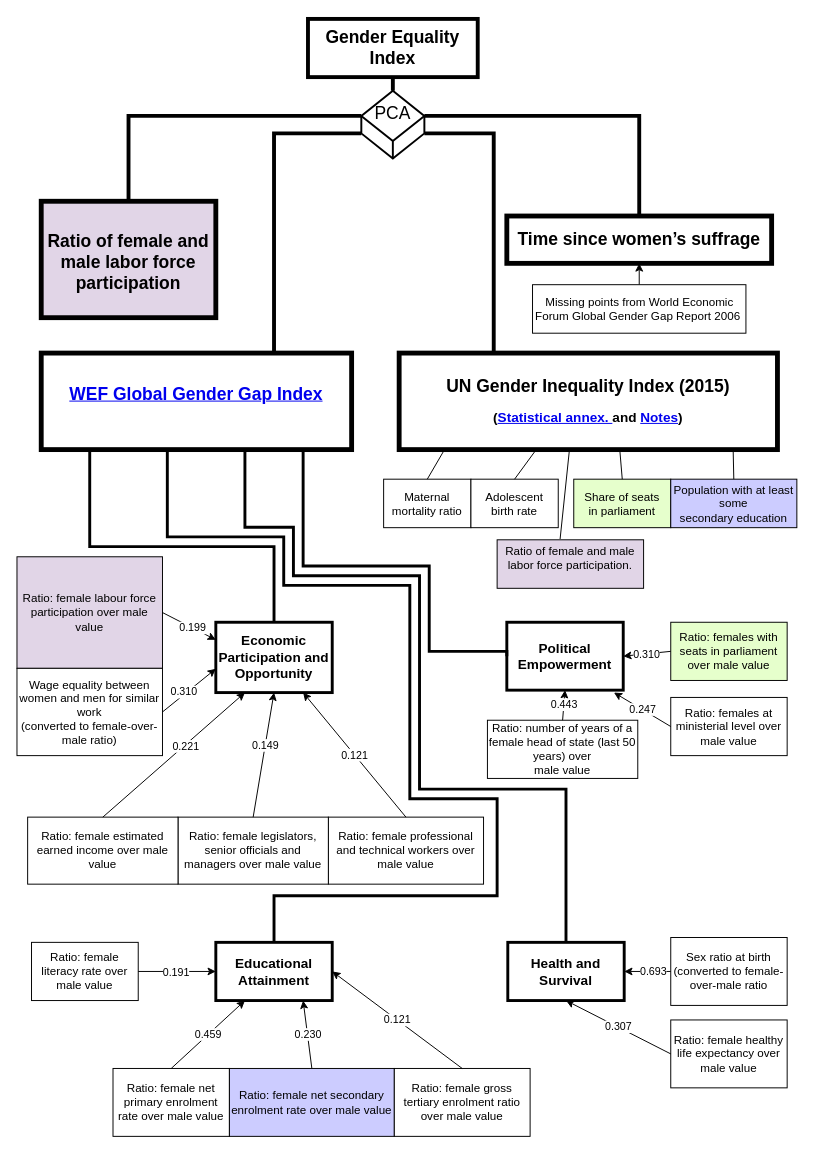
scerioli/Global-Preferences-Survey keeps this draw.io diagram as Article/figures/GenderEqualityIndex.drawio.xml. Above is the earlier version. Source tidied: cells renumbered, new cells numbered last; positions are measured from the earlier drawing's top-left corner, leaving out a move shared by most shapes. Both pictures are drawn from the tidied source at 97%, with x=0, y=0 at pixel (16, 18).
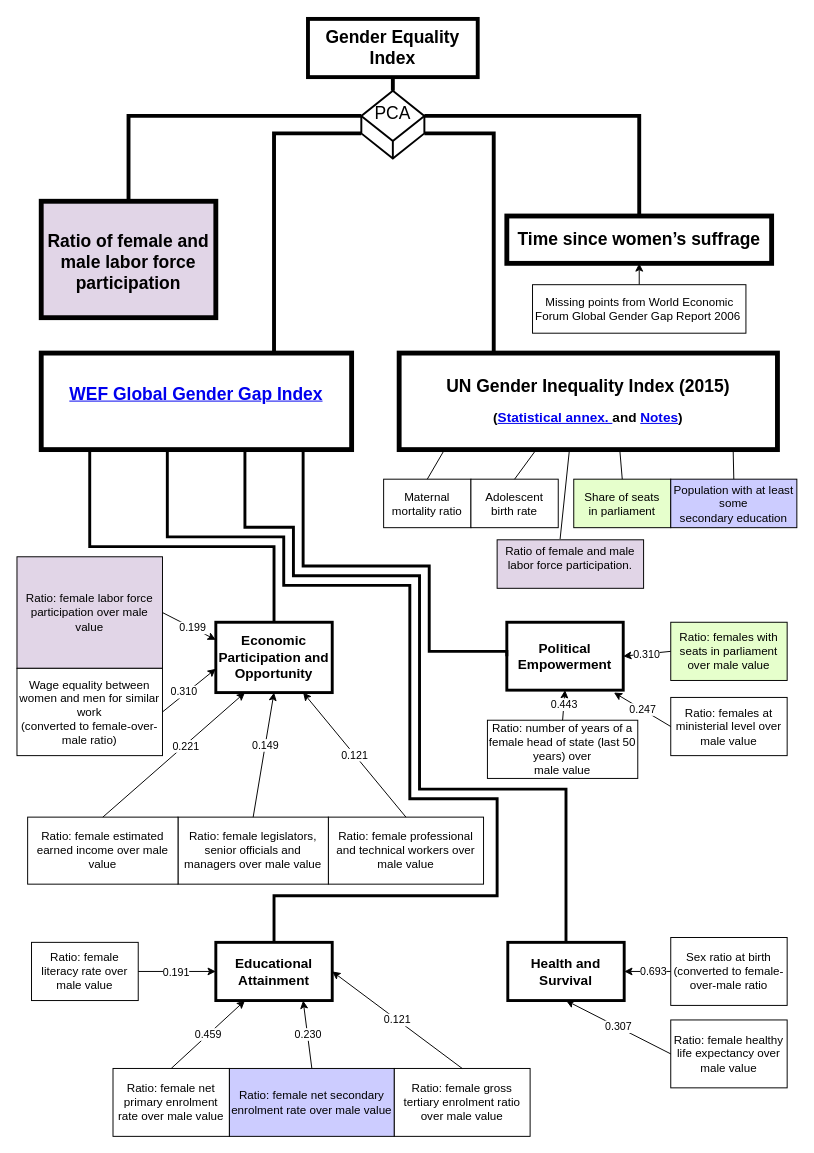
Above is the later version.

What changed in the source:
```diff
@@
-    <mxCell id="14" value="Ratio: female labour force participation over male value" style="rounded=0;whiteSpace=wrap;html=1;strokeWidth=1;fillColor=#e1d5e7;strokeColor=#000000;" parent="1" vertex="1">
+    <mxCell id="14" value="Ratio: female labor force participation over male value" style="rounded=0;whiteSpace=wrap;html=1;strokeWidth=1;fillColor=#e1d5e7;strokeColor=#000000;" parent="1" vertex="1">
       <mxGeometry y="554.5" width="150" height="115" as="geometry" />
     </mxCell>
```
